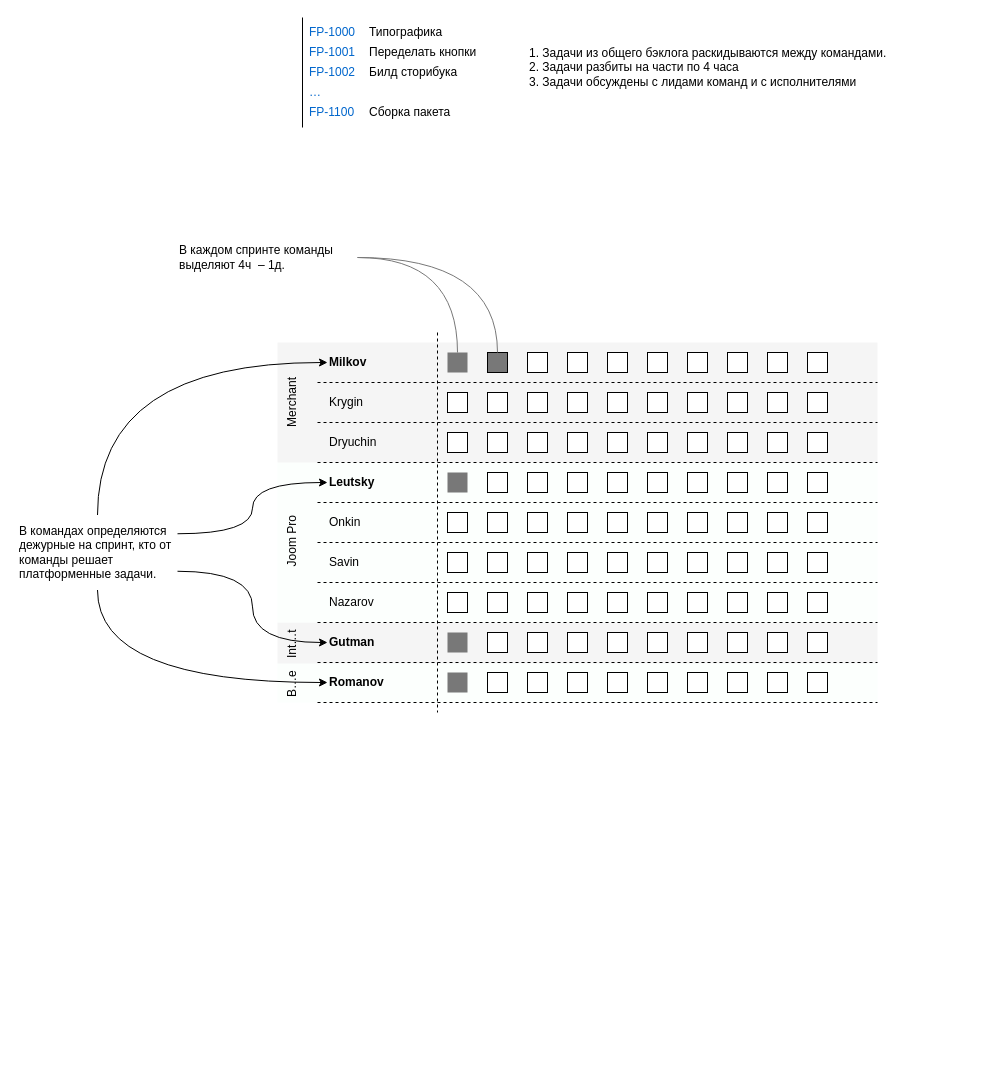
Before: design-flow.drawio in ajile/draw-io, a draw.io diagram. Source tidied: cells renumbered, new cells numbered last; positions are measured from the earlier drawing's top-left corner, leaving out a move shared by most shapes. Both pictures are drawn from the tidied source at 100%, with x=0, y=0 at pixel (17, 17).
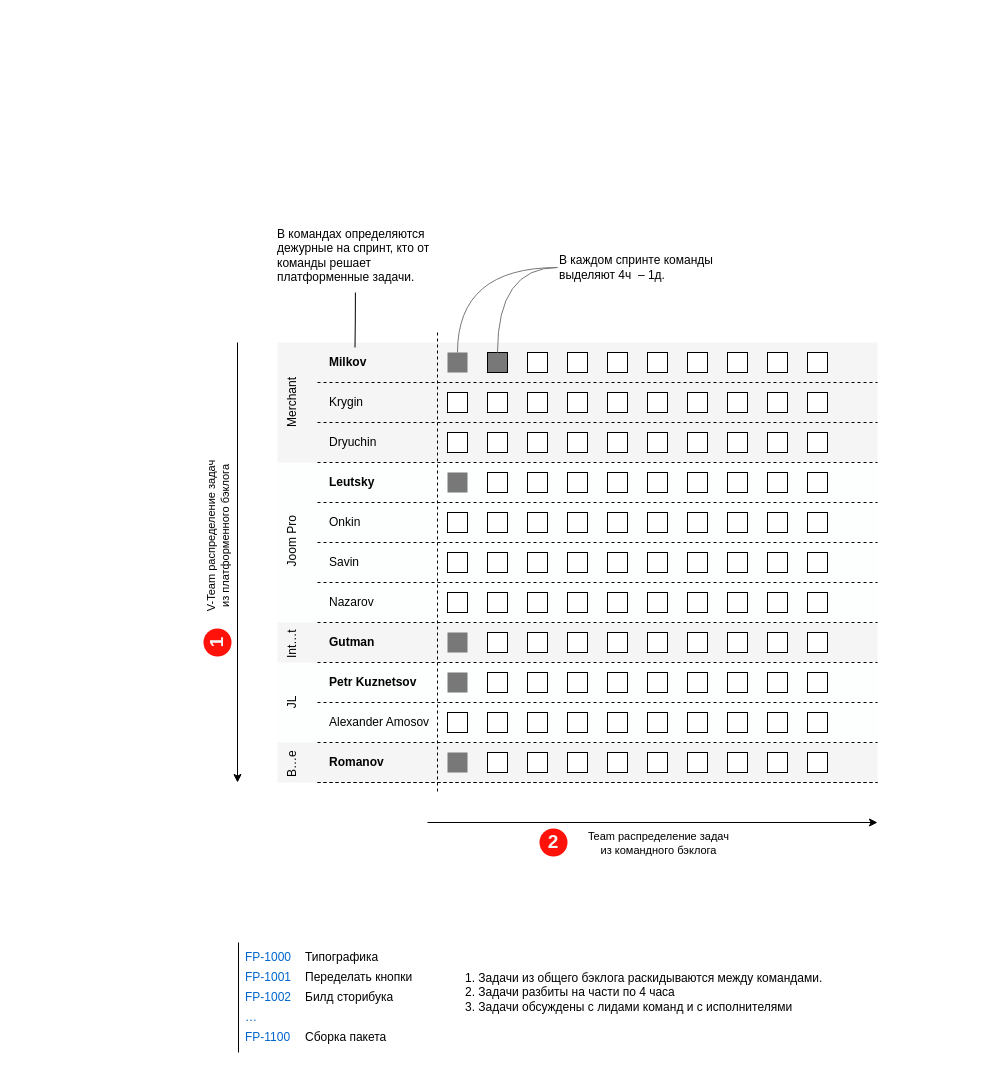
The same diagram, later.

The change refers to these unchanged cells:
```xml
<mxCell id="6" value="&lt;b&gt;Milkov&lt;/b&gt;" style="text;html=1;strokeColor=none;fillColor=none;align=left;verticalAlign=middle;whiteSpace=wrap;rounded=0;" parent="1" vertex="1">
  <mxGeometry x="310" y="330" width="110" height="30" as="geometry" />
</mxCell>
<mxCell id="43" value="&lt;b&gt;Leutsky&lt;/b&gt;" style="text;html=1;strokeColor=none;fillColor=none;align=left;verticalAlign=middle;whiteSpace=wrap;rounded=0;" parent="1" vertex="1">
  <mxGeometry x="310" y="450" width="110" height="30" as="geometry" />
</mxCell>
<mxCell id="91" value="&lt;b&gt;Gutman&lt;/b&gt;" style="text;html=1;strokeColor=none;fillColor=none;align=left;verticalAlign=middle;whiteSpace=wrap;rounded=0;" parent="1" vertex="1">
  <mxGeometry x="310" y="610" width="110" height="30" as="geometry" />
</mxCell>
```

The edit, as a diff of the source:
```diff
@@
-    <mxCell id="2" style="rounded=0;whiteSpace=wrap;html=1;strokeColor=none;fillColor=#FCFFFD;" parent="1" vertex="1">
-      <mxGeometry x="260" y="645" width="600" height="40" as="geometry" />
+    <mxCell id="2" style="rounded=0;whiteSpace=wrap;html=1;strokeColor=none;fillColor=#F5F5F5;" parent="1" vertex="1">
+      <mxGeometry x="260" y="725" width="600" height="40" as="geometry" />
     </mxCell>
@@
+    <mxCell id="138" style="rounded=0;whiteSpace=wrap;html=1;strokeColor=none;fillColor=#FCFFFD;" parent="1" vertex="1">
+      <mxGeometry x="260" y="645" width="600" height="80" as="geometry" />
+    </mxCell>
@@
     <mxCell id="8" style="endArrow=none;dashed=1;html=1;rounded=0;" parent="1" edge="1">
       <mxGeometry relative="1" as="geometry">
         <mxPoint x="420" y="315" as="sourcePoint" />
-        <mxPoint x="420" y="695" as="targetPoint" />
+        <mxPoint x="420" y="775" as="targetPoint" />
       </mxGeometry>
     </mxCell>
@@
-    <mxCell id="92" style="endArrow=none;dashed=1;html=1;rounded=0;" parent="1" edge="1">
-      <mxGeometry relative="1" as="geometry">
-        <mxPoint x="300" y="645" as="sourcePoint" />
-        <mxPoint x="860" y="645" as="targetPoint" />
-      </mxGeometry>
-    </mxCell>
@@
-    <mxCell id="103" value="&lt;b&gt;Romanov&lt;/b&gt;" style="text;html=1;strokeColor=none;fillColor=none;align=left;verticalAlign=middle;whiteSpace=wrap;rounded=0;" parent="1" vertex="1">
-      <mxGeometry x="310" y="650" width="110" height="30" as="geometry" />
-    </mxCell>
-    <mxCell id="104" style="endArrow=none;dashed=1;html=1;rounded=0;" parent="1" edge="1">
-      <mxGeometry relative="1" as="geometry">
-        <mxPoint x="300" y="685" as="sourcePoint" />
-        <mxPoint x="860" y="685" as="targetPoint" />
-      </mxGeometry>
-    </mxCell>
-    <mxCell id="105" style="rounded=0;whiteSpace=wrap;html=1;fillColor=#787878;strokeColor=none;" parent="1" vertex="1">
-      <mxGeometry x="430" y="655" width="20" height="20" as="geometry" />
-    </mxCell>
-    <mxCell id="106" style="rounded=0;whiteSpace=wrap;html=1;" parent="1" vertex="1">
-      <mxGeometry x="470" y="655" width="20" height="20" as="geometry" />
-    </mxCell>
-    <mxCell id="107" style="rounded=0;whiteSpace=wrap;html=1;" parent="1" vertex="1">
-      <mxGeometry x="510" y="655" width="20" height="20" as="geometry" />
-    </mxCell>
-    <mxCell id="108" style="rounded=0;whiteSpace=wrap;html=1;" parent="1" vertex="1">
-      <mxGeometry x="550" y="655" width="20" height="20" as="geometry" />
-    </mxCell>
-    <mxCell id="109" style="rounded=0;whiteSpace=wrap;html=1;" parent="1" vertex="1">
-      <mxGeometry x="590" y="655" width="20" height="20" as="geometry" />
-    </mxCell>
-    <mxCell id="110" style="rounded=0;whiteSpace=wrap;html=1;" parent="1" vertex="1">
-      <mxGeometry x="630" y="655" width="20" height="20" as="geometry" />
-    </mxCell>
-    <mxCell id="111" style="rounded=0;whiteSpace=wrap;html=1;" parent="1" vertex="1">
-      <mxGeometry x="670" y="655" width="20" height="20" as="geometry" />
-    </mxCell>
-    <mxCell id="112" style="rounded=0;whiteSpace=wrap;html=1;" parent="1" vertex="1">
-      <mxGeometry x="710" y="655" width="20" height="20" as="geometry" />
-    </mxCell>
-    <mxCell id="113" style="rounded=0;whiteSpace=wrap;html=1;" parent="1" vertex="1">
-      <mxGeometry x="750" y="655" width="20" height="20" as="geometry" />
-    </mxCell>
-    <mxCell id="114" style="rounded=0;whiteSpace=wrap;html=1;" parent="1" vertex="1">
-      <mxGeometry x="790" y="655" width="20" height="20" as="geometry" />
-    </mxCell>
@@
-    <mxCell id="118" value="B…e" style="text;html=1;strokeColor=none;fillColor=none;align=center;verticalAlign=middle;whiteSpace=wrap;rounded=0;rotation=-90;" parent="1" vertex="1">
-      <mxGeometry x="257.9" y="651.8" width="34.1" height="30" as="geometry" />
-    </mxCell>
@@
     <mxCell id="120" value="В каждом спринте команды выделяют 4ч&amp;nbsp; – 1д." style="text;html=1;strokeColor=none;fillColor=none;align=left;verticalAlign=middle;whiteSpace=wrap;rounded=0;" parent="1" vertex="1">
-      <mxGeometry x="160" y="215" width="180" height="50" as="geometry" />
+      <mxGeometry x="540" y="225" width="180" height="50" as="geometry" />
     </mxCell>
@@
     <mxCell id="122" value="FP-1000" style="text;html=1;strokeColor=none;fillColor=none;align=left;verticalAlign=middle;whiteSpace=wrap;rounded=0;fontColor=#0066CC;" parent="1" vertex="1">
-      <mxGeometry x="290" y="5" width="60" height="20" as="geometry" />
+      <mxGeometry x="226" y="930" width="60" height="20" as="geometry" />
     </mxCell>
     <mxCell id="123" value="FP-1001" style="text;html=1;strokeColor=none;fillColor=none;align=left;verticalAlign=middle;whiteSpace=wrap;rounded=0;fontColor=#0066CC;" parent="1" vertex="1">
-      <mxGeometry x="290" y="25" width="60" height="20" as="geometry" />
+      <mxGeometry x="226" y="950" width="60" height="20" as="geometry" />
     </mxCell>
     <mxCell id="124" value="FP-1002" style="text;html=1;strokeColor=none;fillColor=none;align=left;verticalAlign=middle;whiteSpace=wrap;rounded=0;fontColor=#0066CC;" parent="1" vertex="1">
-      <mxGeometry x="290" y="45" width="60" height="20" as="geometry" />
+      <mxGeometry x="226" y="970" width="60" height="20" as="geometry" />
     </mxCell>
     <mxCell id="125" value="…" style="text;html=1;strokeColor=none;fillColor=none;align=left;verticalAlign=middle;whiteSpace=wrap;rounded=0;fontColor=#0066CC;" parent="1" vertex="1">
-      <mxGeometry x="290" y="65" width="60" height="20" as="geometry" />
+      <mxGeometry x="226" y="990" width="60" height="20" as="geometry" />
     </mxCell>
     <mxCell id="126" value="FP-1100" style="text;html=1;strokeColor=none;fillColor=none;align=left;verticalAlign=middle;whiteSpace=wrap;rounded=0;fontColor=#0066CC;" parent="1" vertex="1">
-      <mxGeometry x="290" y="85" width="60" height="20" as="geometry" />
+      <mxGeometry x="226" y="1010" width="60" height="20" as="geometry" />
     </mxCell>
     <mxCell id="127" value="Типографика" style="text;html=1;strokeColor=none;fillColor=none;align=left;verticalAlign=middle;whiteSpace=wrap;rounded=0;" parent="1" vertex="1">
-      <mxGeometry x="350" y="7" width="340" height="15" as="geometry" />
+      <mxGeometry x="286" y="932" width="340" height="15" as="geometry" />
     </mxCell>
     <mxCell id="128" value="Переделать кнопки" style="text;html=1;strokeColor=none;fillColor=none;align=left;verticalAlign=middle;whiteSpace=wrap;rounded=0;" parent="1" vertex="1">
-      <mxGeometry x="350" y="27" width="340" height="15" as="geometry" />
+      <mxGeometry x="286" y="952" width="340" height="15" as="geometry" />
     </mxCell>
     <mxCell id="129" value="Билд сторибука" style="text;html=1;strokeColor=none;fillColor=none;align=left;verticalAlign=middle;whiteSpace=wrap;rounded=0;" parent="1" vertex="1">
-      <mxGeometry x="350" y="47" width="340" height="15" as="geometry" />
+      <mxGeometry x="286" y="972" width="340" height="15" as="geometry" />
     </mxCell>
     <mxCell id="130" value="Сборка пакета" style="text;html=1;strokeColor=none;fillColor=none;align=left;verticalAlign=middle;whiteSpace=wrap;rounded=0;" parent="1" vertex="1">
-      <mxGeometry x="350" y="87" width="340" height="15" as="geometry" />
+      <mxGeometry x="286" y="1012" width="340" height="15" as="geometry" />
     </mxCell>
     <mxCell id="131" style="endArrow=none;html=1;rounded=0;" parent="1" edge="1">
       <mxGeometry relative="1" as="geometry">
-        <mxPoint x="285" y="110" as="sourcePoint" />
-        <mxPoint x="285" as="targetPoint" />
+        <mxPoint x="221" y="1035" as="sourcePoint" />
+        <mxPoint x="221" y="925" as="targetPoint" />
       </mxGeometry>
     </mxCell>
     <mxCell id="132" value="1. Задачи из общего бэклога раскидываются между командами.&lt;br&gt;2. Задачи разбиты на части по 4 часа&lt;br&gt;3. Задачи обсуждены с лидами команд и с исполнителями" style="text;html=1;strokeColor=none;fillColor=none;align=left;verticalAlign=middle;whiteSpace=wrap;rounded=0;" parent="1" vertex="1">
-      <mxGeometry x="510" y="25" width="440" height="50" as="geometry" />
+      <mxGeometry x="446" y="950" width="440" height="50" as="geometry" />
     </mxCell>
-    <mxCell id="133" style="edgeStyle=orthogonalEdgeStyle;rounded=0;jettySize=auto;html=1;entryX=0;entryY=0.5;entryDx=0;entryDy=0;curved=1;exitX=0.5;exitY=0;exitDx=0;exitDy=0;" parent="1" edge="1" source="137" target="6">
+    <mxCell id="133" style="edgeStyle=orthogonalEdgeStyle;rounded=0;jettySize=auto;html=1;entryX=0.25;entryY=0;entryDx=0;entryDy=0;curved=1;endArrow=none;endFill=0;" parent="1" edge="1" source="137" target="6">
       <mxGeometry relative="1" as="geometry" />
     </mxCell>
-    <mxCell id="134" style="edgeStyle=orthogonalEdgeStyle;rounded=0;jettySize=auto;html=1;entryX=0;entryY=0.5;entryDx=0;entryDy=0;curved=1;exitX=1;exitY=0.25;exitDx=0;exitDy=0;" parent="1" edge="1" source="137" target="43">
-      <mxGeometry relative="1" as="geometry" />
-    </mxCell>
-    <mxCell id="135" style="edgeStyle=orthogonalEdgeStyle;rounded=0;jettySize=auto;html=1;entryX=0;entryY=0.5;entryDx=0;entryDy=0;curved=1;exitX=1;exitY=0.75;exitDx=0;exitDy=0;" parent="1" edge="1" source="137" target="91">
-      <mxGeometry relative="1" as="geometry" />
-    </mxCell>
-    <mxCell id="136" style="edgeStyle=orthogonalEdgeStyle;rounded=0;jettySize=auto;html=1;entryX=0;entryY=0.5;entryDx=0;entryDy=0;curved=1;exitX=0.5;exitY=1;exitDx=0;exitDy=0;" parent="1" edge="1" source="137" target="103">
-      <mxGeometry relative="1" as="geometry" />
-    </mxCell>
     <mxCell id="137" value="В командах определяются дежурные на спринт, кто от команды решает платформенные задачи." style="text;html=1;strokeColor=none;fillColor=none;align=left;verticalAlign=middle;whiteSpace=wrap;rounded=0;" parent="1" vertex="1">
-      <mxGeometry y="497.5" width="160" height="75" as="geometry" />
+      <mxGeometry x="257.9" y="200" width="160" height="75" as="geometry" />
     </mxCell>
+    <mxCell id="139" style="endArrow=none;dashed=1;html=1;rounded=0;" parent="1" edge="1">
+      <mxGeometry relative="1" as="geometry">
+        <mxPoint x="300" y="765" as="sourcePoint" />
+        <mxPoint x="860" y="765" as="targetPoint" />
+      </mxGeometry>
+    </mxCell>
+    <mxCell id="103" value="&lt;b&gt;Romanov&lt;/b&gt;" style="text;html=1;strokeColor=none;fillColor=none;align=left;verticalAlign=middle;whiteSpace=wrap;rounded=0;" parent="1" vertex="1">
+      <mxGeometry x="310" y="730" width="110" height="30" as="geometry" />
+    </mxCell>
+    <mxCell id="104" style="endArrow=none;dashed=1;html=1;rounded=0;" parent="1" edge="1">
+      <mxGeometry relative="1" as="geometry">
+        <mxPoint x="300" y="765" as="sourcePoint" />
+        <mxPoint x="860" y="765" as="targetPoint" />
+      </mxGeometry>
+    </mxCell>
+    <mxCell id="105" style="rounded=0;whiteSpace=wrap;html=1;fillColor=#787878;strokeColor=none;" parent="1" vertex="1">
+      <mxGeometry x="430" y="735" width="20" height="20" as="geometry" />
+    </mxCell>
+    <mxCell id="106" style="rounded=0;whiteSpace=wrap;html=1;" parent="1" vertex="1">
+      <mxGeometry x="470" y="735" width="20" height="20" as="geometry" />
+    </mxCell>
+    <mxCell id="107" style="rounded=0;whiteSpace=wrap;html=1;" parent="1" vertex="1">
+      <mxGeometry x="510" y="735" width="20" height="20" as="geometry" />
+    </mxCell>
+    <mxCell id="108" style="rounded=0;whiteSpace=wrap;html=1;" parent="1" vertex="1">
+      <mxGeometry x="550" y="735" width="20" height="20" as="geometry" />
+    </mxCell>
+    <mxCell id="109" style="rounded=0;whiteSpace=wrap;html=1;" parent="1" vertex="1">
+      <mxGeometry x="590" y="735" width="20" height="20" as="geometry" />
+    </mxCell>
+    <mxCell id="110" style="rounded=0;whiteSpace=wrap;html=1;" parent="1" vertex="1">
+      <mxGeometry x="630" y="735" width="20" height="20" as="geometry" />
+    </mxCell>
+    <mxCell id="111" style="rounded=0;whiteSpace=wrap;html=1;" parent="1" vertex="1">
+      <mxGeometry x="670" y="735" width="20" height="20" as="geometry" />
+    </mxCell>
+    <mxCell id="112" style="rounded=0;whiteSpace=wrap;html=1;" parent="1" vertex="1">
+      <mxGeometry x="710" y="735" width="20" height="20" as="geometry" />
+    </mxCell>
+    <mxCell id="113" style="rounded=0;whiteSpace=wrap;html=1;" parent="1" vertex="1">
+      <mxGeometry x="750" y="735" width="20" height="20" as="geometry" />
+    </mxCell>
+    <mxCell id="114" style="rounded=0;whiteSpace=wrap;html=1;" parent="1" vertex="1">
+      <mxGeometry x="790" y="735" width="20" height="20" as="geometry" />
+    </mxCell>
+    <mxCell id="118" value="B…e" style="text;html=1;strokeColor=none;fillColor=none;align=center;verticalAlign=middle;whiteSpace=wrap;rounded=0;rotation=-90;" parent="1" vertex="1">
+      <mxGeometry x="257.9" y="731.8" width="34.1" height="30" as="geometry" />
+    </mxCell>
+    <mxCell id="140" value="Petr Kuznetsov" style="text;html=1;strokeColor=none;fillColor=none;align=left;verticalAlign=middle;whiteSpace=wrap;rounded=0;fontStyle=1;" parent="1" vertex="1">
+      <mxGeometry x="310" y="650" width="110" height="30" as="geometry" />
+    </mxCell>
+    <mxCell id="141" style="endArrow=none;dashed=1;html=1;rounded=0;" parent="1" edge="1">
+      <mxGeometry relative="1" as="geometry">
+        <mxPoint x="300" y="685" as="sourcePoint" />
+        <mxPoint x="860" y="685" as="targetPoint" />
+      </mxGeometry>
+    </mxCell>
+    <mxCell id="142" style="rounded=0;whiteSpace=wrap;html=1;fillColor=#787878;strokeColor=none;" parent="1" vertex="1">
+      <mxGeometry x="430" y="655" width="20" height="20" as="geometry" />
+    </mxCell>
+    <mxCell id="143" style="rounded=0;whiteSpace=wrap;html=1;" parent="1" vertex="1">
+      <mxGeometry x="470" y="655" width="20" height="20" as="geometry" />
+    </mxCell>
+    <mxCell id="144" style="rounded=0;whiteSpace=wrap;html=1;" parent="1" vertex="1">
+      <mxGeometry x="510" y="655" width="20" height="20" as="geometry" />
+    </mxCell>
+    <mxCell id="145" style="rounded=0;whiteSpace=wrap;html=1;" parent="1" vertex="1">
+      <mxGeometry x="550" y="655" width="20" height="20" as="geometry" />
+    </mxCell>
+    <mxCell id="146" style="rounded=0;whiteSpace=wrap;html=1;" parent="1" vertex="1">
+      <mxGeometry x="590" y="655" width="20" height="20" as="geometry" />
+    </mxCell>
+    <mxCell id="147" style="rounded=0;whiteSpace=wrap;html=1;" parent="1" vertex="1">
+      <mxGeometry x="630" y="655" width="20" height="20" as="geometry" />
+    </mxCell>
+    <mxCell id="148" style="rounded=0;whiteSpace=wrap;html=1;" parent="1" vertex="1">
+      <mxGeometry x="670" y="655" width="20" height="20" as="geometry" />
+    </mxCell>
+    <mxCell id="149" style="rounded=0;whiteSpace=wrap;html=1;" parent="1" vertex="1">
+      <mxGeometry x="710" y="655" width="20" height="20" as="geometry" />
+    </mxCell>
+    <mxCell id="150" style="rounded=0;whiteSpace=wrap;html=1;" parent="1" vertex="1">
+      <mxGeometry x="750" y="655" width="20" height="20" as="geometry" />
+    </mxCell>
+    <mxCell id="151" style="rounded=0;whiteSpace=wrap;html=1;" parent="1" vertex="1">
+      <mxGeometry x="790" y="655" width="20" height="20" as="geometry" />
+    </mxCell>
+    <mxCell id="152" value="&lt;div&gt;&lt;span style=&quot;background-color: initial;&quot;&gt;Alexander Amosov&lt;/span&gt;&lt;br&gt;&lt;/div&gt;" style="text;html=1;strokeColor=none;fillColor=none;align=left;verticalAlign=middle;whiteSpace=wrap;rounded=0;fontStyle=0;" parent="1" vertex="1">
+      <mxGeometry x="310" y="690" width="110" height="30" as="geometry" />
+    </mxCell>
+    <mxCell id="153" style="endArrow=none;dashed=1;html=1;rounded=0;" parent="1" edge="1">
+      <mxGeometry relative="1" as="geometry">
+        <mxPoint x="300" y="725" as="sourcePoint" />
+        <mxPoint x="860" y="725" as="targetPoint" />
+      </mxGeometry>
+    </mxCell>
+    <mxCell id="154" style="rounded=0;whiteSpace=wrap;html=1;" parent="1" vertex="1">
+      <mxGeometry x="470" y="695" width="20" height="20" as="geometry" />
+    </mxCell>
+    <mxCell id="155" style="rounded=0;whiteSpace=wrap;html=1;" parent="1" vertex="1">
+      <mxGeometry x="510" y="695" width="20" height="20" as="geometry" />
+    </mxCell>
+    <mxCell id="156" style="rounded=0;whiteSpace=wrap;html=1;" parent="1" vertex="1">
+      <mxGeometry x="550" y="695" width="20" height="20" as="geometry" />
+    </mxCell>
+    <mxCell id="157" style="rounded=0;whiteSpace=wrap;html=1;" parent="1" vertex="1">
+      <mxGeometry x="590" y="695" width="20" height="20" as="geometry" />
+    </mxCell>
+    <mxCell id="158" style="rounded=0;whiteSpace=wrap;html=1;" parent="1" vertex="1">
+      <mxGeometry x="630" y="695" width="20" height="20" as="geometry" />
+    </mxCell>
+    <mxCell id="159" style="rounded=0;whiteSpace=wrap;html=1;" parent="1" vertex="1">
+      <mxGeometry x="670" y="695" width="20" height="20" as="geometry" />
+    </mxCell>
+    <mxCell id="160" style="rounded=0;whiteSpace=wrap;html=1;" parent="1" vertex="1">
+      <mxGeometry x="710" y="695" width="20" height="20" as="geometry" />
+    </mxCell>
+    <mxCell id="161" style="rounded=0;whiteSpace=wrap;html=1;" parent="1" vertex="1">
+      <mxGeometry x="750" y="695" width="20" height="20" as="geometry" />
+    </mxCell>
+    <mxCell id="162" style="rounded=0;whiteSpace=wrap;html=1;" parent="1" vertex="1">
+      <mxGeometry x="790" y="695" width="20" height="20" as="geometry" />
+    </mxCell>
+    <mxCell id="163" value="JL" style="text;html=1;strokeColor=none;fillColor=none;align=center;verticalAlign=middle;whiteSpace=wrap;rounded=0;rotation=-90;" parent="1" vertex="1">
+      <mxGeometry x="236" y="669.9" width="78.1" height="30" as="geometry" />
+    </mxCell>
+    <mxCell id="164" style="rounded=0;whiteSpace=wrap;html=1;" parent="1" vertex="1">
+      <mxGeometry x="430" y="695" width="20" height="20" as="geometry" />
+    </mxCell>
+    <mxCell id="165" style="endArrow=none;dashed=1;html=1;rounded=0;" parent="1" edge="1">
+      <mxGeometry relative="1" as="geometry">
+        <mxPoint x="300" y="645" as="sourcePoint" />
+        <mxPoint x="860" y="645" as="targetPoint" />
+      </mxGeometry>
+    </mxCell>
+    <mxCell id="166" style="endArrow=classic;html=1;rounded=0;" parent="1" edge="1">
+      <mxGeometry relative="1" as="geometry">
+        <mxPoint x="220" y="325" as="sourcePoint" />
+        <mxPoint x="220" y="765" as="targetPoint" />
+      </mxGeometry>
+    </mxCell>
+    <mxCell id="167" value="V-Team распределение задач&lt;br&gt;из платформенного бэклога" style="edgeLabel;html=1;align=center;verticalAlign=middle;rotation=-90;" parent="166" vertex="1">
+      <mxGeometry x="-0.24" y="-1" relative="1" as="geometry">
+        <mxPoint x="-19" y="28" as="offset" />
+      </mxGeometry>
+    </mxCell>
+    <mxCell id="168" style="endArrow=classic;html=1;rounded=0;" parent="1" edge="1">
+      <mxGeometry relative="1" as="geometry">
+        <mxPoint x="410" y="805" as="sourcePoint" />
+        <mxPoint x="860" y="805" as="targetPoint" />
+      </mxGeometry>
+    </mxCell>
+    <mxCell id="169" value="Team распределение задач&lt;br&gt;из командного бэклога" style="edgeLabel;html=1;align=center;verticalAlign=middle;rotation=0;" parent="168" vertex="1">
+      <mxGeometry x="-0.24" y="-1" relative="1" as="geometry">
+        <mxPoint x="59" y="19" as="offset" />
+      </mxGeometry>
+    </mxCell>
+    <mxCell id="170" value="1" style="ellipse;whiteSpace=wrap;html=1;strokeColor=none;fillColor=#FF120A;fontStyle=1;fontColor=#F5F5F5;fontSize=19;rotation=-90;" parent="1" vertex="1">
+      <mxGeometry x="186" y="611" width="28" height="28" as="geometry" />
+    </mxCell>
+    <mxCell id="171" value="2" style="ellipse;whiteSpace=wrap;html=1;strokeColor=none;fillColor=#FF120A;fontStyle=1;fontColor=#F5F5F5;fontSize=19;rotation=0;" parent="1" vertex="1">
+      <mxGeometry x="522" y="811" width="28" height="28" as="geometry" />
+    </mxCell>
```
